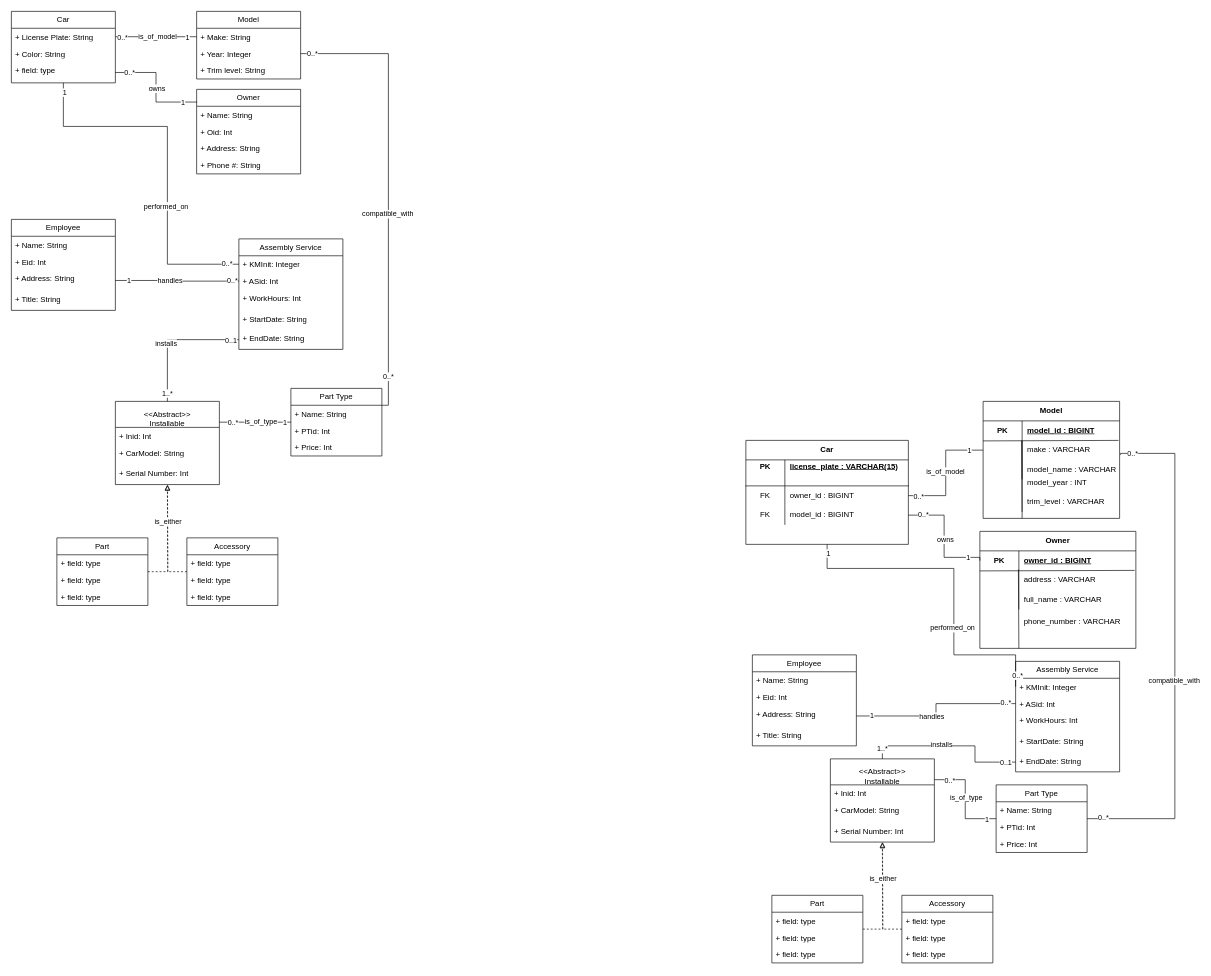
Earlier version of the draw.io diagram 4314ass1parta.drawio (DylanBriSmith/4313Drawings). Source tidied: cells renumbered, new cells numbered last; positions are measured from the earlier drawing's top-left corner, leaving out a move shared by most shapes. Both pictures are drawn from the tidied source at 65%, with x=0, y=0 at pixel (11, 11).
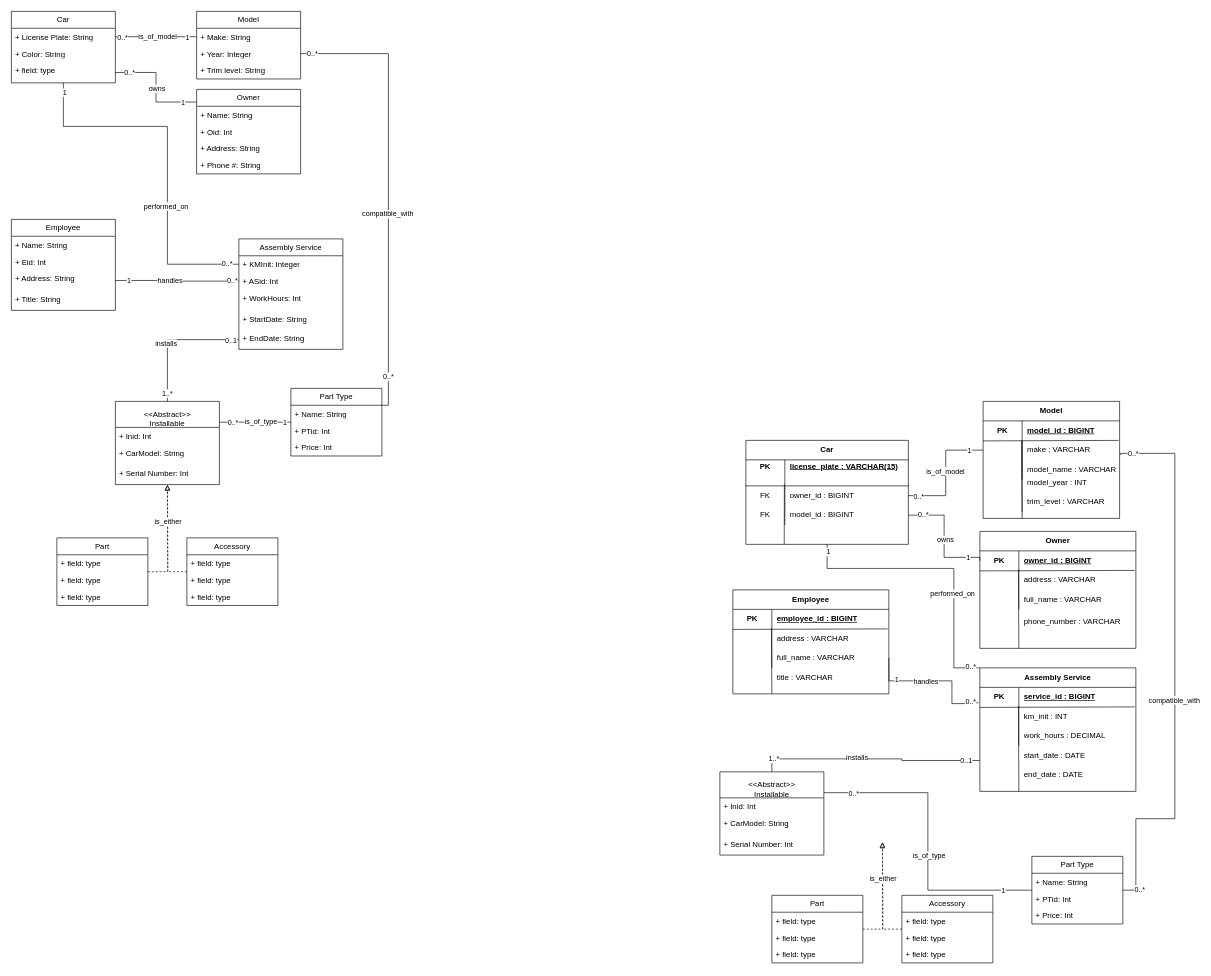
The same diagram, later.

Unchanged cells that the change refers to:
```xml
<mxCell id="129" value="Car" style="shape=table;startSize=30;childLayout=tableLayout;rowLines=0;fontStyle=1;align=center;html=1;whiteSpace=wrap;" parent="1" vertex="1">
  <mxGeometry x="1130" y="660" width="250" height="160" as="geometry" />
</mxCell>
<mxCell id="136" style="shape=tableRow;horizontal=0;startSize=0;swimlaneHead=0;swimlaneBody=0;fillColor=none;points=[[0,0.5],[1,0.5]];portConstraint=eastwest;top=0;left=0;right=0;bottom=0;html=1;" parent="129" vertex="1">
  <mxGeometry y="70" width="250" height="30" as="geometry" />
</mxCell>
<mxCell id="149" style="shape=tableRow;horizontal=0;startSize=0;swimlaneHead=0;swimlaneBody=0;fillColor=none;points=[[0,0.5],[1,0.5]];portConstraint=eastwest;top=0;left=0;right=0;bottom=0;html=1;" parent="145" vertex="1">
  <mxGeometry y="60" width="210" height="30" as="geometry" />
</mxCell>
```

The edit, as a diff of the source:
```diff
@@
-    <mxCell id="79" value="Employee" style="swimlane;fontStyle=0;horizontal=1;startSize=26;fillColor=none;whiteSpace=wrap;html=1;" parent="1" vertex="1">
-      <mxGeometry x="1140" y="990" width="160" height="140" as="geometry" />
-    </mxCell>
-    <mxCell id="80" value="+ Name: String&lt;span style=&quot;white-space: pre;&quot;&gt;&#9;&lt;/span&gt;&lt;div&gt;&lt;span style=&quot;white-space: pre;&quot;&gt;&#9;&lt;/span&gt;&amp;nbsp;&lt;span style=&quot;white-space: pre;&quot;&gt;&#9;&lt;/span&gt;&lt;/div&gt;" style="text;strokeColor=none;fillColor=none;align=left;verticalAlign=top;spacingLeft=4;spacingRight=4;overflow=hidden;whiteSpace=wrap;html=1;" parent="79" vertex="1">
-      <mxGeometry y="26" width="160" height="26" as="geometry" />
-    </mxCell>
-    <mxCell id="81" value="+ Eid: Int" style="text;strokeColor=none;fillColor=none;align=left;verticalAlign=top;spacingLeft=4;spacingRight=4;overflow=hidden;whiteSpace=wrap;html=1;" parent="79" vertex="1">
-      <mxGeometry y="52" width="160" height="26" as="geometry" />
-    </mxCell>
-    <mxCell id="82" value="+ Address: String" style="text;strokeColor=none;fillColor=none;align=left;verticalAlign=top;spacingLeft=4;spacingRight=4;overflow=hidden;points=[[0,0.5],[1,0.5]];portConstraint=eastwest;whiteSpace=wrap;html=1;" parent="79" vertex="1">
-      <mxGeometry y="78" width="160" height="32" as="geometry" />
-    </mxCell>
-    <mxCell id="83" value="+ Title: String" style="text;strokeColor=none;fillColor=none;align=left;verticalAlign=top;spacingLeft=4;spacingRight=4;overflow=hidden;whiteSpace=wrap;html=1;" parent="79" vertex="1">
-      <mxGeometry y="110" width="160" height="30" as="geometry" />
-    </mxCell>
-    <mxCell id="84" value="Assembly Service" style="swimlane;fontStyle=0;horizontal=1;startSize=26;fillColor=none;whiteSpace=wrap;html=1;" parent="1" vertex="1">
-      <mxGeometry x="1545" y="1000" width="160" height="170" as="geometry" />
-    </mxCell>
-    <mxCell id="85" value="+ KMInit: Integer" style="text;strokeColor=none;fillColor=none;align=left;verticalAlign=top;spacingLeft=4;spacingRight=4;overflow=hidden;points=[[0,0.5],[1,0.5]];portConstraint=eastwest;whiteSpace=wrap;html=1;" parent="84" vertex="1">
-      <mxGeometry y="26" width="160" height="26" as="geometry" />
-    </mxCell>
-    <mxCell id="86" value="+ ASid: Int" style="text;strokeColor=none;fillColor=none;align=left;verticalAlign=top;spacingLeft=4;spacingRight=4;overflow=hidden;points=[[0,0.5],[1,0.5]];portConstraint=eastwest;whiteSpace=wrap;html=1;" parent="84" vertex="1">
-      <mxGeometry y="52" width="160" height="26" as="geometry" />
-    </mxCell>
-    <mxCell id="87" value="+ WorkHours: Int" style="text;strokeColor=none;fillColor=none;align=left;verticalAlign=top;spacingLeft=4;spacingRight=4;overflow=hidden;whiteSpace=wrap;html=1;" parent="84" vertex="1">
-      <mxGeometry y="78" width="160" height="32" as="geometry" />
-    </mxCell>
-    <mxCell id="88" value="+ StartDate: String&lt;div&gt;&lt;br&gt;&lt;/div&gt;" style="text;strokeColor=none;fillColor=none;align=left;verticalAlign=top;spacingLeft=4;spacingRight=4;overflow=hidden;whiteSpace=wrap;html=1;" parent="84" vertex="1">
-      <mxGeometry y="110" width="160" height="30" as="geometry" />
-    </mxCell>
-    <mxCell id="89" value="+ EndDate: String&lt;div&gt;&lt;br&gt;&lt;/div&gt;" style="text;strokeColor=none;fillColor=none;align=left;verticalAlign=top;spacingLeft=4;spacingRight=4;overflow=hidden;points=[[0,0.5],[1,0.5]];portConstraint=eastwest;whiteSpace=wrap;html=1;" parent="84" vertex="1">
-      <mxGeometry y="140" width="160" height="30" as="geometry" />
-    </mxCell>
-    <mxCell id="90" style="edgeStyle=orthogonalEdgeStyle;rounded=0;jettySize=auto;html=1;entryX=0;entryY=0.5;entryDx=0;entryDy=0;endArrow=none;endFill=0;" parent="1" edge="1" source="82" target="86">
-      <mxGeometry relative="1" as="geometry" />
+    <mxCell id="90" style="edgeStyle=orthogonalEdgeStyle;rounded=0;jettySize=auto;html=1;entryX=-0.008;entryY=0.792;entryDx=0;entryDy=0;endArrow=none;endFill=0;exitX=1;exitY=0.5;exitDx=0;exitDy=0;entryPerimeter=0;" parent="1" edge="1" source="179" target="185">
+      <mxGeometry relative="1" as="geometry">
+        <Array as="points">
+          <mxPoint x="1350" y="1030" />
+          <mxPoint x="1447" y="1030" />
+          <mxPoint x="1447" y="1065" />
+          <mxPoint x="1470" y="1065" />
+          <mxPoint x="1470" y="1064" />
+        </Array>
+      </mxGeometry>
     </mxCell>
@@
     <mxCell id="92" value="1" style="edgeLabel;html=1;align=center;verticalAlign=middle;" parent="90" vertex="1">
       <mxGeometry x="-0.9" y="1" relative="1" as="geometry">
-        <mxPoint x="10" as="offset" />
+        <mxPoint x="10" y="22" as="offset" />
       </mxGeometry>
     </mxCell>
@@
-    <mxCell id="94" style="edgeStyle=orthogonalEdgeStyle;rounded=0;jettySize=auto;html=1;entryX=0;entryY=0.5;entryDx=0;entryDy=0;endArrow=none;endFill=0;exitX=0.5;exitY=1;exitDx=0;exitDy=0;" parent="1" edge="1" source="129" target="85">
+    <mxCell id="94" style="edgeStyle=orthogonalEdgeStyle;rounded=0;jettySize=auto;html=1;entryX=0;entryY=0;entryDx=0;entryDy=0;endArrow=none;endFill=0;exitX=0.5;exitY=1;exitDx=0;exitDy=0;" parent="1" edge="1" source="129" target="84">
       <mxGeometry relative="1" as="geometry">
         <Array as="points">
           <mxPoint x="1255" y="857" />
           <mxPoint x="1450" y="857" />
-          <mxPoint x="1450" y="990" />
-          <mxPoint x="1545" y="990" />
+          <mxPoint x="1450" y="1010" />
         </Array>
       </mxGeometry>
     </mxCell>
@@
     <mxCell id="98" value="&lt;br&gt;&lt;div&gt;&amp;lt;&amp;lt;Abstract&amp;gt;&amp;gt;&lt;/div&gt;&lt;div&gt;Installable&lt;/div&gt;" style="swimlane;fontStyle=0;horizontal=1;startSize=40;fillColor=none;whiteSpace=wrap;html=1;" parent="1" vertex="1">
-      <mxGeometry x="1260" y="1150" width="160" height="128" as="geometry" />
+      <mxGeometry x="1090" y="1170" width="160" height="128" as="geometry" />
     </mxCell>
@@
     <mxCell id="113" style="edgeStyle=orthogonalEdgeStyle;rounded=0;jettySize=auto;html=1;entryX=1.007;entryY=0.747;entryDx=0;entryDy=0;endArrow=none;endFill=0;entryPerimeter=0;" parent="1" edge="1" source="121" target="149">
       <mxGeometry relative="1" as="geometry">
         <Array as="points">
+          <mxPoint x="1730" y="1352" />
+          <mxPoint x="1730" y="1242" />
           <mxPoint x="1790" y="1242" />
           <mxPoint x="1790" y="680" />
           <mxPoint x="1707" y="680" />
         </Array>
       </mxGeometry>
     </mxCell>
@@
     <mxCell id="121" value="Part Type" style="swimlane;fontStyle=0;horizontal=1;startSize=26;fillColor=none;whiteSpace=wrap;html=1;" parent="1" vertex="1">
-      <mxGeometry x="1515" y="1190" width="140" height="104" as="geometry" />
+      <mxGeometry x="1570" y="1300" width="140" height="104" as="geometry" />
     </mxCell>
@@
-    <mxCell id="125" style="edgeStyle=orthogonalEdgeStyle;rounded=0;jettySize=auto;html=1;entryX=0.5;entryY=0;entryDx=0;entryDy=0;endArrow=none;endFill=0;" parent="1" edge="1" source="89" target="98">
+    <mxCell id="125" style="edgeStyle=orthogonalEdgeStyle;rounded=0;jettySize=auto;html=1;entryX=0.5;entryY=0;entryDx=0;entryDy=0;endArrow=none;endFill=0;exitX=0;exitY=0.75;exitDx=0;exitDy=0;" parent="1" edge="1" source="84" target="98">
       <mxGeometry relative="1" as="geometry" />
     </mxCell>
@@
+    <mxCell id="79" value="Employee" style="shape=table;startSize=30;childLayout=tableLayout;rowLines=0;fontStyle=1;align=center;html=1;whiteSpace=wrap;" parent="1" vertex="1">
+      <mxGeometry x="1110" y="890" width="240" height="160" as="geometry" />
+    </mxCell>
+    <mxCell id="173" style="shape=tableRow;horizontal=0;startSize=0;swimlaneHead=0;swimlaneBody=0;fillColor=none;top=0;left=0;right=0;bottom=0;html=1;" parent="79" vertex="1">
+      <mxGeometry y="30" width="240" height="30" as="geometry" />
+    </mxCell>
+    <mxCell id="174" value="PK" style="shape=partialRectangle;fillColor=none;top=0;left=0;bottom=0;right=0;fontStyle=1;overflow=hidden;html=1;whiteSpace=wrap;" parent="173" vertex="1">
+      <mxGeometry width="60" height="30" as="geometry" />
+    </mxCell>
+    <mxCell id="175" value="employee_id : BIGINT" style="shape=partialRectangle;fillColor=none;top=0;left=0;bottom=0;right=0;align=left;spacingLeft=6;fontStyle=5;overflow=hidden;html=1;whiteSpace=wrap;" parent="173" vertex="1">
+      <mxGeometry x="60" width="180" height="30" as="geometry" />
+    </mxCell>
+    <mxCell id="176" style="shape=tableRow;horizontal=0;startSize=0;swimlaneHead=0;swimlaneBody=0;fillColor=none;points=[[0,0.5],[1,0.5]];portConstraint=eastwest;top=0;left=0;right=0;bottom=0;html=1;" parent="79" vertex="1">
+      <mxGeometry y="60" width="240" height="30" as="geometry" />
+    </mxCell>
+    <mxCell id="177" style="shape=partialRectangle;fillColor=none;top=0;left=0;bottom=0;right=0;overflow=hidden;html=1;whiteSpace=wrap;" parent="176" vertex="1">
+      <mxGeometry width="60" height="30" as="geometry" />
+    </mxCell>
+    <mxCell id="178" value="address : VARCHAR" style="shape=partialRectangle;fillColor=none;top=0;left=0;bottom=0;right=0;align=left;spacingLeft=6;overflow=hidden;html=1;whiteSpace=wrap;" parent="176" vertex="1">
+      <mxGeometry x="60" width="180" height="30" as="geometry" />
+    </mxCell>
+    <mxCell id="179" style="shape=tableRow;horizontal=0;startSize=0;swimlaneHead=0;swimlaneBody=0;fillColor=none;points=[[0,0.5],[1,0.5]];portConstraint=eastwest;top=0;left=0;right=0;bottom=0;html=1;" parent="79" vertex="1">
+      <mxGeometry y="90" width="240" height="30" as="geometry" />
+    </mxCell>
+    <mxCell id="180" style="shape=partialRectangle;fillColor=none;top=0;left=0;bottom=0;right=0;overflow=hidden;html=1;whiteSpace=wrap;" parent="179" vertex="1">
+      <mxGeometry width="60" height="30" as="geometry" />
+    </mxCell>
+    <mxCell id="181" value="full_name : VARCHAR" style="shape=partialRectangle;fillColor=none;top=0;left=0;bottom=0;right=0;align=left;spacingLeft=6;overflow=hidden;html=1;whiteSpace=wrap;" parent="179" vertex="1">
+      <mxGeometry x="60" width="180" height="30" as="geometry" />
+    </mxCell>
+    <mxCell id="182" style="endArrow=none;html=1;rounded=0;entryX=0.992;entryY=0.001;entryDx=0;entryDy=0;entryPerimeter=0;exitX=0;exitY=0.027;exitDx=0;exitDy=0;exitPerimeter=0;" parent="79" edge="1" source="176" target="176">
+      <mxGeometry relative="1" as="geometry" />
+    </mxCell>
+    <mxCell id="183" style="endArrow=none;html=1;rounded=0;exitX=0.247;exitY=-0.045;exitDx=0;exitDy=0;exitPerimeter=0;entryX=0.25;entryY=1;entryDx=0;entryDy=0;" parent="79" edge="1" source="176" target="79">
+      <mxGeometry relative="1" as="geometry" />
+    </mxCell>
+    <mxCell id="184" value="title : VARCHAR" style="shape=partialRectangle;fillColor=none;top=0;left=0;bottom=0;right=0;align=left;spacingLeft=6;overflow=hidden;html=1;whiteSpace=wrap;" parent="1" vertex="1">
+      <mxGeometry x="1170" y="1010" width="180" height="30" as="geometry" />
+    </mxCell>
+    <mxCell id="84" value="Assembly Service" style="shape=table;startSize=30;childLayout=tableLayout;rowLines=0;fontStyle=1;align=center;html=1;whiteSpace=wrap;" parent="1" vertex="1">
+      <mxGeometry x="1490" y="1010" width="240" height="190" as="geometry" />
+    </mxCell>
+    <mxCell id="185" style="shape=tableRow;horizontal=0;startSize=0;swimlaneHead=0;swimlaneBody=0;fillColor=none;points=[[0,0.5],[1,0.5]];portConstraint=eastwest;top=0;left=0;right=0;bottom=0;html=1;" parent="84" vertex="1">
+      <mxGeometry y="30" width="240" height="30" as="geometry" />
+    </mxCell>
+    <mxCell id="186" value="PK" style="shape=partialRectangle;fillColor=none;top=0;left=0;bottom=0;right=0;fontStyle=1;overflow=hidden;html=1;whiteSpace=wrap;" parent="185" vertex="1">
+      <mxGeometry width="60" height="30" as="geometry" />
+    </mxCell>
+    <mxCell id="187" value="service_id : BIGINT" style="shape=partialRectangle;fillColor=none;top=0;left=0;bottom=0;right=0;align=left;spacingLeft=6;fontStyle=5;overflow=hidden;html=1;whiteSpace=wrap;" parent="185" vertex="1">
+      <mxGeometry x="60" width="180" height="30" as="geometry" />
+    </mxCell>
+    <mxCell id="188" style="shape=tableRow;horizontal=0;startSize=0;swimlaneHead=0;swimlaneBody=0;fillColor=none;points=[[0,0.5],[1,0.5]];portConstraint=eastwest;top=0;left=0;right=0;bottom=0;html=1;" parent="84" vertex="1">
+      <mxGeometry y="60" width="240" height="30" as="geometry" />
+    </mxCell>
+    <mxCell id="189" style="shape=partialRectangle;fillColor=none;top=0;left=0;bottom=0;right=0;overflow=hidden;html=1;whiteSpace=wrap;" parent="188" vertex="1">
+      <mxGeometry width="60" height="30" as="geometry" />
+    </mxCell>
+    <mxCell id="190" value="km_init : INT" style="shape=partialRectangle;fillColor=none;top=0;left=0;bottom=0;right=0;align=left;spacingLeft=6;overflow=hidden;html=1;whiteSpace=wrap;" parent="188" vertex="1">
+      <mxGeometry x="60" width="180" height="30" as="geometry" />
+    </mxCell>
+    <mxCell id="191" style="shape=tableRow;horizontal=0;startSize=0;swimlaneHead=0;swimlaneBody=0;fillColor=none;top=0;left=0;right=0;bottom=0;html=1;" parent="84" vertex="1">
+      <mxGeometry y="90" width="240" height="30" as="geometry" />
+    </mxCell>
+    <mxCell id="192" style="shape=partialRectangle;fillColor=none;top=0;left=0;bottom=0;right=0;overflow=hidden;html=1;whiteSpace=wrap;" parent="191" vertex="1">
+      <mxGeometry width="60" height="30" as="geometry" />
+    </mxCell>
+    <mxCell id="193" value="work_hours : DECIMAL" style="shape=partialRectangle;fillColor=none;top=0;left=0;bottom=0;right=0;align=left;spacingLeft=6;overflow=hidden;html=1;whiteSpace=wrap;" parent="191" vertex="1">
+      <mxGeometry x="60" width="180" height="30" as="geometry" />
+    </mxCell>
+    <mxCell id="194" style="endArrow=none;html=1;rounded=0;entryX=0.992;entryY=0.001;entryDx=0;entryDy=0;entryPerimeter=0;exitX=0;exitY=0.027;exitDx=0;exitDy=0;exitPerimeter=0;" parent="84" edge="1" source="188" target="188">
+      <mxGeometry relative="1" as="geometry" />
+    </mxCell>
+    <mxCell id="195" style="endArrow=none;html=1;rounded=0;exitX=0.247;exitY=-0.045;exitDx=0;exitDy=0;exitPerimeter=0;entryX=0.25;entryY=1;entryDx=0;entryDy=0;" parent="84" edge="1" source="188" target="84">
+      <mxGeometry relative="1" as="geometry" />
+    </mxCell>
+    <mxCell id="196" style="endArrow=none;html=1;rounded=0;exitX=0.237;exitY=-0.074;exitDx=0;exitDy=0;exitPerimeter=0;" parent="1" edge="1" source="136">
+      <mxGeometry relative="1" as="geometry">
+        <mxPoint x="1189" y="820" as="targetPoint" />
+      </mxGeometry>
+    </mxCell>
+    <mxCell id="197" value="start_date : DATE" style="shape=partialRectangle;fillColor=none;top=0;left=0;bottom=0;right=0;align=left;spacingLeft=6;overflow=hidden;html=1;whiteSpace=wrap;" parent="1" vertex="1">
+      <mxGeometry x="1550" y="1130" width="180" height="30" as="geometry" />
+    </mxCell>
+    <mxCell id="198" value="end_date : DATE" style="shape=partialRectangle;fillColor=none;top=0;left=0;bottom=0;right=0;align=left;spacingLeft=6;overflow=hidden;html=1;whiteSpace=wrap;" parent="1" vertex="1">
+      <mxGeometry x="1550" y="1160" width="180" height="30" as="geometry" />
+    </mxCell>
```
